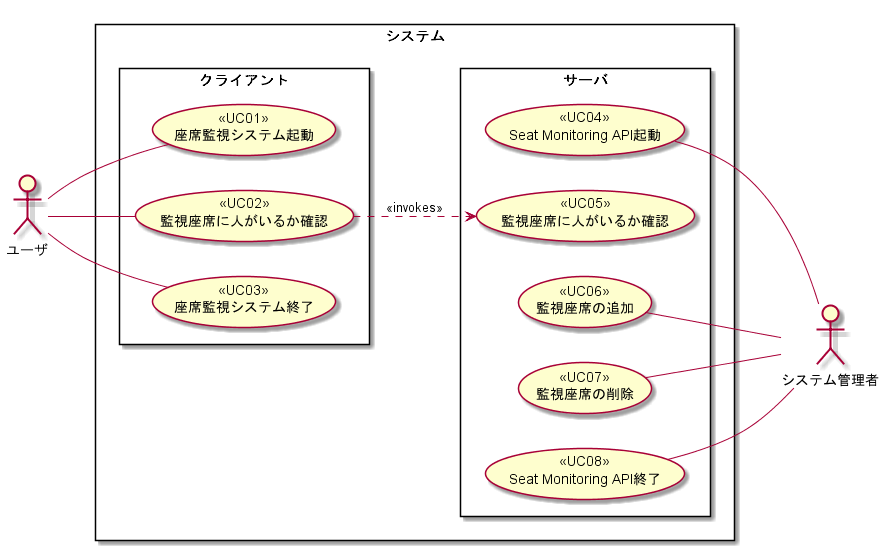
Before: doc/基本設計/機能仕様書/構成図/ユースケース図.png, a diagram exported from PlantUML (KeisukeSugita/Seat-monitoring-system).
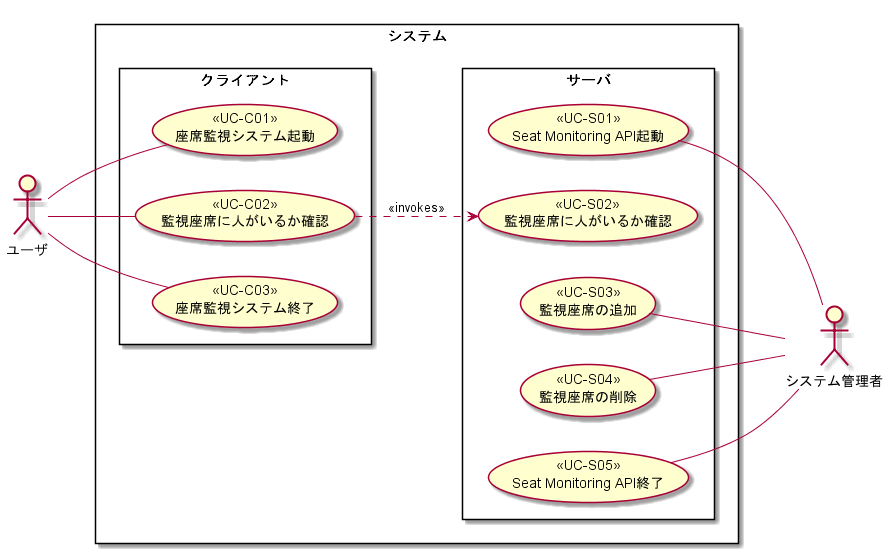
After the commit.

Commit message:
UC番号の変更

Change to the diagram source:
```diff
@@ -5,17 +5,17 @@
 
 rectangle システム {
 	rectangle クライアント {
-		ユーザ -- (<<UC01>> \n 座席監視システム起動)
-		ユーザ -- (<<UC02>> \n 監視座席に人がいるか確認)
-		ユーザ -- (<<UC03>> \n 座席監視システム終了)
+		ユーザ -- (<<UC-C01>> \n 座席監視システム起動)
+		ユーザ -- (<<UC-C02>> \n 監視座席に人がいるか確認)
+		ユーザ -- (<<UC-C03>> \n 座席監視システム終了)
 	}
 
 	rectangle サーバ {
-		(<<UC04>> \n Seat Monitoring API起動) -- システム管理者
-		(<<UC02>> \n 監視座席に人がいるか確認) ..> (<<UC05>> \n 監視座席に人がいるか確認) : <<invokes>>
-		(<<UC06>> \n 監視座席の追加) -- システム管理者
-		(<<UC07>> \n 監視座席の削除) -- システム管理者
-		(<<UC08>> \n Seat Monitoring API終了) -- システム管理者
+		(<<UC-S01>> \n Seat Monitoring API起動) -- システム管理者
+		(<<UC-C02>> \n 監視座席に人がいるか確認) ..> (<<UC-S02>> \n 監視座席に人がいるか確認) : <<invokes>>
+		(<<UC-S03>> \n 監視座席の追加) -- システム管理者
+		(<<UC-S04>> \n 監視座席の削除) -- システム管理者
+		(<<UC-S05>> \n Seat Monitoring API終了) -- システム管理者
 	}
 }
 @enduml
```
